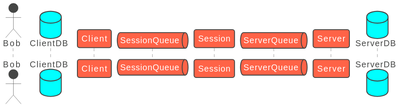
Earlier version of the PlantUML export out/messageToFriend.svg (mchlebosz/IPC-Chat-Service).
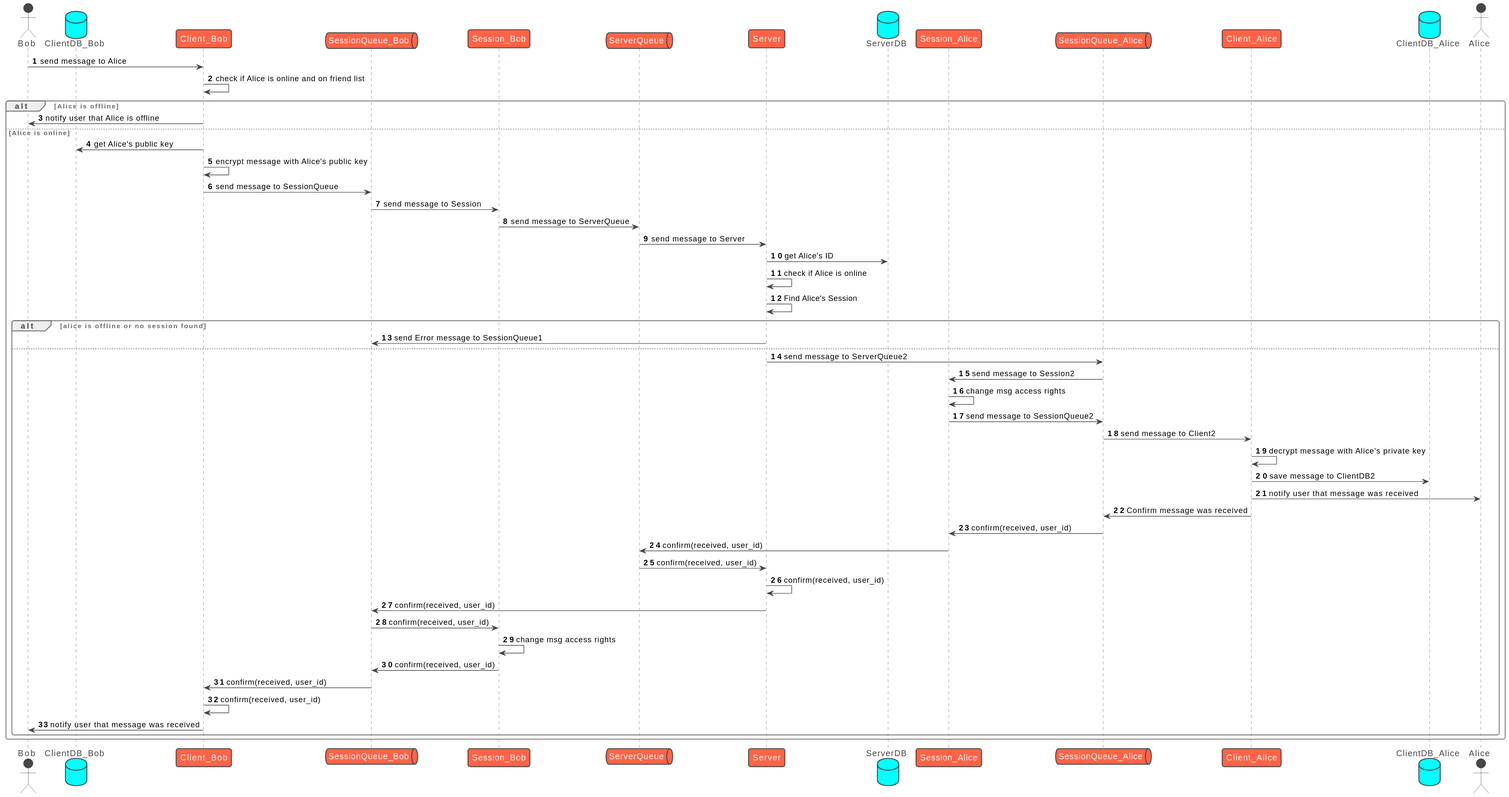
The same file after the commit.

What changed in the source:
```diff
@@ -3,12 +3,60 @@
 autonumber
 
 
-actor Bob as User
-database ClientDB
-participant Client
-queue SessionQueue
-participant  Session
+actor Bob as User1
+database ClientDB_Bob as ClientDB1
+participant Client_Bob as Client1
+queue SessionQueue_Bob as SessionQueue1
+participant  Session_Bob as Session1
 queue ServerQueue
 participant Server
 database ServerDB
+
+participant  Session_Alice as Session2
+queue SessionQueue_Alice as SessionQueue2
+participant Client_Alice as Client2
+database ClientDB_Alice as ClientDB2
+actor Alice as User2
+
+
+User1 -> Client1 : send message to Alice
+Client1 -> Client1: check if Alice is online and on friend list
+alt Alice is offline
+    Client1 -> User1 : notify user that Alice is offline
+else Alice is online
+    Client1 -> ClientDB1 : get Alice's public key
+    Client1 -> Client1 : encrypt message with Alice's public key
+    Client1 -> SessionQueue1 : send message to SessionQueue
+    SessionQueue1 -> Session1 : send message to Session
+    Session1 -> ServerQueue : send message to ServerQueue
+    ServerQueue -> Server : send message to Server
+    Server -> ServerDB : get Alice's ID
+    Server -> Server : check if Alice is online
+    Server -> Server : Find Alice's Session
+    alt alice is offline or no session found
+        Server -> SessionQueue1 : send Error message to SessionQueue1
+    else
+        Server -> SessionQueue2 : send message to ServerQueue2
+        SessionQueue2 -> Session2 : send message to Session2
+        Session2 -> Session2 : change msg access rights
+        Session2 -> SessionQueue2 : send message to SessionQueue2
+        SessionQueue2 -> Client2 : send message to Client2
+        Client2 -> Client2 : decrypt message with Alice's private key
+        Client2 -> ClientDB2 : save message to ClientDB2
+        Client2 -> User2 : notify user that message was received
+
+        Client2 -> SessionQueue2 : Confirm message was received
+        SessionQueue2 -> Session2 : confirm(received, user_id)
+        Session2 -> ServerQueue : confirm(received, user_id)
+        ServerQueue -> Server : confirm(received, user_id)
+        Server -> Server : confirm(received, user_id)
+        Server -> SessionQueue1 : confirm(received, user_id)
+        SessionQueue1 -> Session1 : confirm(received, user_id)
+        Session1 -> Session1 : change msg access rights
+        Session1 -> SessionQueue1 : confirm(received, user_id)
+        SessionQueue1 -> Client1 : confirm(received, user_id)
+        Client1 -> Client1 : confirm(received, user_id)
+        Client1 -> User1 : notify user that message was received
+    end
+end
 @enduml
```
